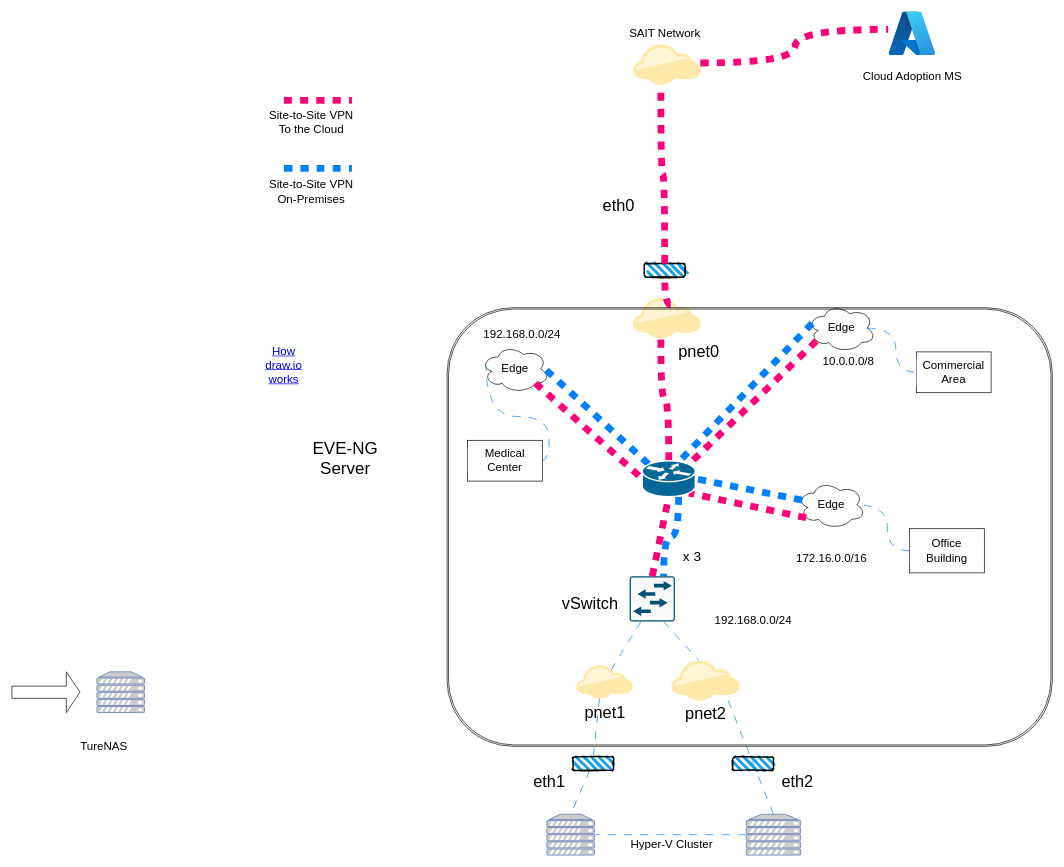
This is Capstone/Capstone-Network.drawio from Sohal-03/Draw.io, a draw.io file, before an edit. Source tidied: cells renumbered, new cells numbered last; positions are measured from the earlier drawing's top-left corner, leaving out a move shared by most shapes. Both pictures are drawn from the tidied source at 68%, with x=0, y=0 at pixel (12, 12).
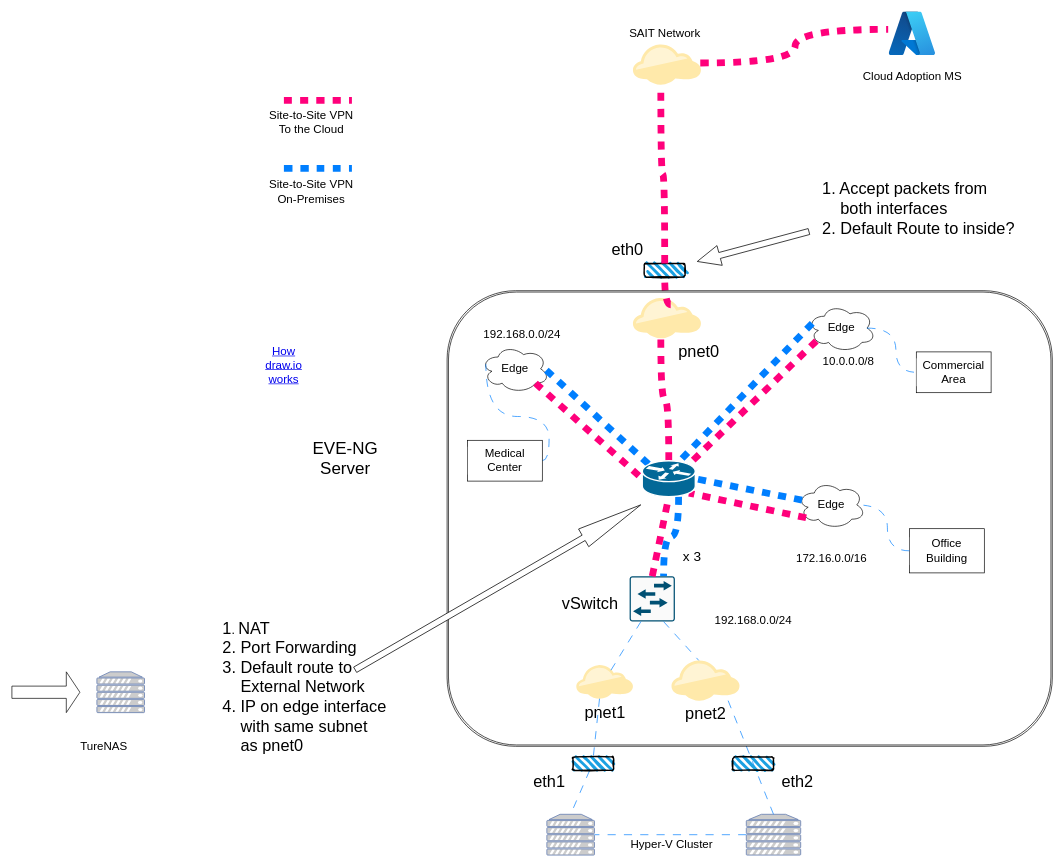
After the change.

Commit message:
Added some configuration notes about routing

Change to the diagram source:
```diff
@@
     <mxCell id="23" value="&lt;font style=&quot;font-size: 24px;&quot;&gt;eth0&lt;/font&gt;" style="text;html=1;align=center;verticalAlign=middle;strokeColor=none;fillColor=none;" parent="1" vertex="1">
-      <mxGeometry x="856.7" y="265" width="70" height="40" as="geometry" />
+      <mxGeometry x="870" y="330" width="70" height="40" as="geometry" />
     </mxCell>
@@
     <mxCell id="59" style="shape=ext;double=1;rounded=1;whiteSpace=wrap;html=1;fillColor=none;strokeColor=default;glass=1;shadow=0;" parent="1" vertex="1">
-      <mxGeometry x="640" y="435" width="890" height="645" as="geometry" />
+      <mxGeometry x="640" y="410" width="890" height="670" as="geometry" />
     </mxCell>
@@
+    <mxCell id="65" style="shape=singleArrow;whiteSpace=wrap;html=1;rotation=-30;" parent="1" vertex="1">
+      <mxGeometry x="472.3" y="831.2" width="485" height="30" as="geometry" />
+    </mxCell>
+    <mxCell id="66" value="&lt;div style=&quot;text-align: left;&quot;&gt;&lt;font style=&quot;background-color: initial; font-size: 24px;&quot;&gt;1&lt;/font&gt;&lt;font style=&quot;background-color: initial; font-size: 18px;&quot;&gt;.&amp;nbsp;&lt;/font&gt;&lt;font style=&quot;background-color: initial; font-size: 24px;&quot;&gt;NAT&lt;/font&gt;&lt;/div&gt;&lt;div style=&quot;text-align: left;&quot;&gt;&lt;font style=&quot;font-size: 24px;&quot;&gt;2. Port Forwarding&lt;/font&gt;&lt;/div&gt;&lt;div style=&quot;text-align: left;&quot;&gt;&lt;font style=&quot;font-size: 24px;&quot;&gt;3. Default route to&lt;/font&gt;&lt;/div&gt;&lt;div style=&quot;text-align: left;&quot;&gt;&lt;font style=&quot;font-size: 24px;&quot;&gt;&amp;nbsp; &amp;nbsp; External Network&lt;/font&gt;&lt;/div&gt;&lt;div style=&quot;text-align: left;&quot;&gt;&lt;font style=&quot;font-size: 24px;&quot;&gt;4. IP on edge interface&lt;/font&gt;&lt;/div&gt;&lt;div style=&quot;text-align: left;&quot;&gt;&lt;font style=&quot;font-size: 24px;&quot;&gt;&amp;nbsp; &amp;nbsp; with same subnet&amp;nbsp;&lt;/font&gt;&lt;/div&gt;&lt;div style=&quot;text-align: left;&quot;&gt;&lt;font style=&quot;font-size: 24px;&quot;&gt;&amp;nbsp; &amp;nbsp; as&amp;nbsp;&lt;/font&gt;&lt;span style=&quot;font-size: 24px; background-color: initial;&quot;&gt;pnet0&lt;/span&gt;&lt;/div&gt;" style="text;html=1;align=center;verticalAlign=middle;strokeColor=none;fillColor=none;" parent="1" vertex="1">
+      <mxGeometry x="300" y="883" width="260" height="220" as="geometry" />
+    </mxCell>
+    <mxCell id="67" style="shape=singleArrow;whiteSpace=wrap;html=1;rotation=-195;" parent="1" vertex="1">
+      <mxGeometry x="1005" y="330" width="170" height="30" as="geometry" />
+    </mxCell>
+    <mxCell id="68" value="&lt;font style=&quot;font-size: 24px;&quot;&gt;1. Accept packets from&lt;/font&gt;&lt;div&gt;&lt;font style=&quot;font-size: 24px;&quot;&gt;&amp;nbsp; &amp;nbsp; both interfaces&lt;/font&gt;&lt;/div&gt;&lt;div&gt;&lt;font style=&quot;font-size: 24px;&quot;&gt;2. Default Route to inside?&lt;/font&gt;&lt;/div&gt;" style="text;html=1;align=left;verticalAlign=middle;strokeColor=none;fillColor=none;" parent="1" vertex="1">
+      <mxGeometry x="1190" y="240" width="310" height="100" as="geometry" />
+    </mxCell>
```
